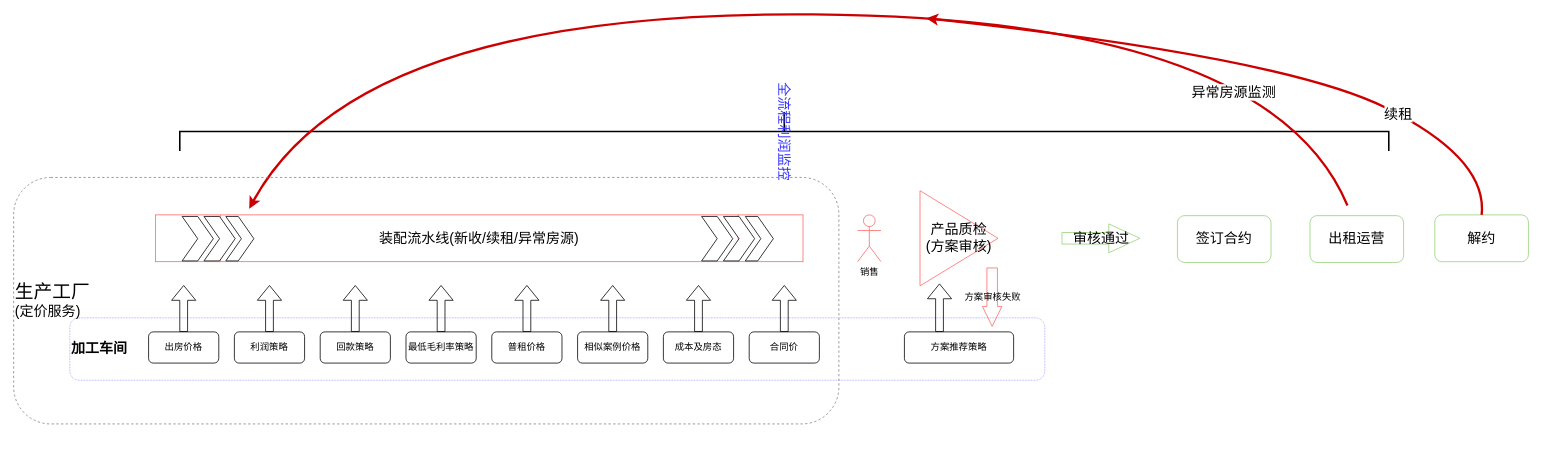
Before: Untitled Diagram.drawio in zhuyeqing/tutorials, a draw.io diagram. Source tidied: cells renumbered, new cells numbered last; positions are measured from the earlier drawing's top-left corner, leaving out a move shared by most shapes. Both pictures are drawn from the tidied source at 78%, with x=0, y=0 at pixel (13, -473).
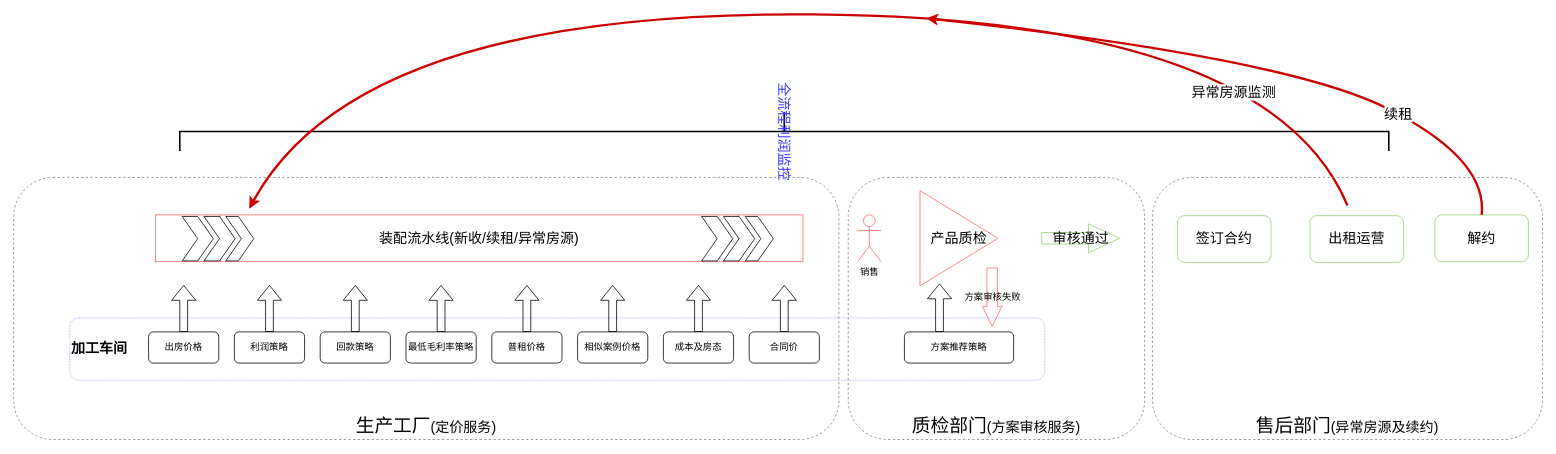
The same diagram, later.

The edit, as a diff of the source:
```diff
@@
+    <mxCell id="43" value="&lt;div&gt;&lt;span style=&quot;font-size: 24px&quot;&gt;质检部门&lt;/span&gt;&lt;span style=&quot;font-size: 18px&quot;&gt;(方案审核服务)&lt;/span&gt;&lt;/div&gt;" style="rounded=1;whiteSpace=wrap;html=1;strokeColor=#808080;strokeWidth=1;fillColor=none;dashed=1;align=center;verticalAlign=bottom;" parent="1" vertex="1">
+      <mxGeometry x="1070" y="834" width="380" height="336" as="geometry" />
+    </mxCell>
@@
-    <mxCell id="28" value="&lt;font style=&quot;font-size: 18px&quot;&gt;产品质检&lt;br&gt;(方案审核)&lt;/font&gt;" style="triangle;whiteSpace=wrap;html=1;strokeColor=#FF6666;strokeWidth=1;fillColor=none;" parent="1" vertex="1">
+    <mxCell id="28" value="&lt;font style=&quot;font-size: 18px&quot;&gt;产品质检&lt;br&gt;&lt;/font&gt;" style="triangle;whiteSpace=wrap;html=1;strokeColor=#FF6666;strokeWidth=1;fillColor=none;" parent="1" vertex="1">
       <mxGeometry x="1162" y="851" width="100" height="122" as="geometry" />
     </mxCell>
@@
     <mxCell id="33" value="&lt;font style=&quot;font-size: 18px&quot;&gt;审核通过&lt;/font&gt;" style="html=1;shadow=0;dashed=0;align=center;verticalAlign=middle;shape=mxgraph.arrows2.arrow;dy=0.6;dx=40;notch=0;strokeColor=#97D077;strokeWidth=1;fillColor=none;" parent="1" vertex="1">
-      <mxGeometry x="1344" y="893.5" width="100" height="37" as="geometry" />
+      <mxGeometry x="1318" y="893.5" width="100" height="37" as="geometry" />
     </mxCell>
@@
-    <mxCell id="42" value="&lt;div&gt;&lt;font style=&quot;font-size: 24px&quot;&gt;生产工厂&lt;/font&gt;&lt;/div&gt;&lt;div&gt;&lt;font style=&quot;font-size: 18px&quot;&gt;(定价服务)&lt;/font&gt;&lt;/div&gt;" style="rounded=1;whiteSpace=wrap;html=1;strokeColor=#808080;strokeWidth=1;fillColor=none;dashed=1;align=left;" parent="1" vertex="1">
-      <mxGeometry y="834" width="1058" height="316" as="geometry" />
+    <mxCell id="42" value="&lt;div&gt;&lt;font style=&quot;font-size: 24px&quot;&gt;生产工厂&lt;/font&gt;&lt;span style=&quot;font-size: 18px&quot;&gt;(定价服务)&lt;/span&gt;&lt;/div&gt;" style="rounded=1;whiteSpace=wrap;html=1;strokeColor=#808080;strokeWidth=1;fillColor=none;dashed=1;align=center;verticalAlign=bottom;" parent="1" vertex="1">
+      <mxGeometry y="834" width="1058" height="336" as="geometry" />
     </mxCell>
+    <mxCell id="44" value="&lt;div&gt;&lt;span style=&quot;font-size: 24px&quot;&gt;售后部门&lt;/span&gt;&lt;span style=&quot;font-size: 18px&quot;&gt;(异常房源及续约)&lt;/span&gt;&lt;/div&gt;" style="rounded=1;whiteSpace=wrap;html=1;strokeColor=#808080;strokeWidth=1;fillColor=none;dashed=1;align=center;verticalAlign=bottom;" parent="1" vertex="1">
+      <mxGeometry x="1460" y="834" width="500" height="336" as="geometry" />
+    </mxCell>
```
